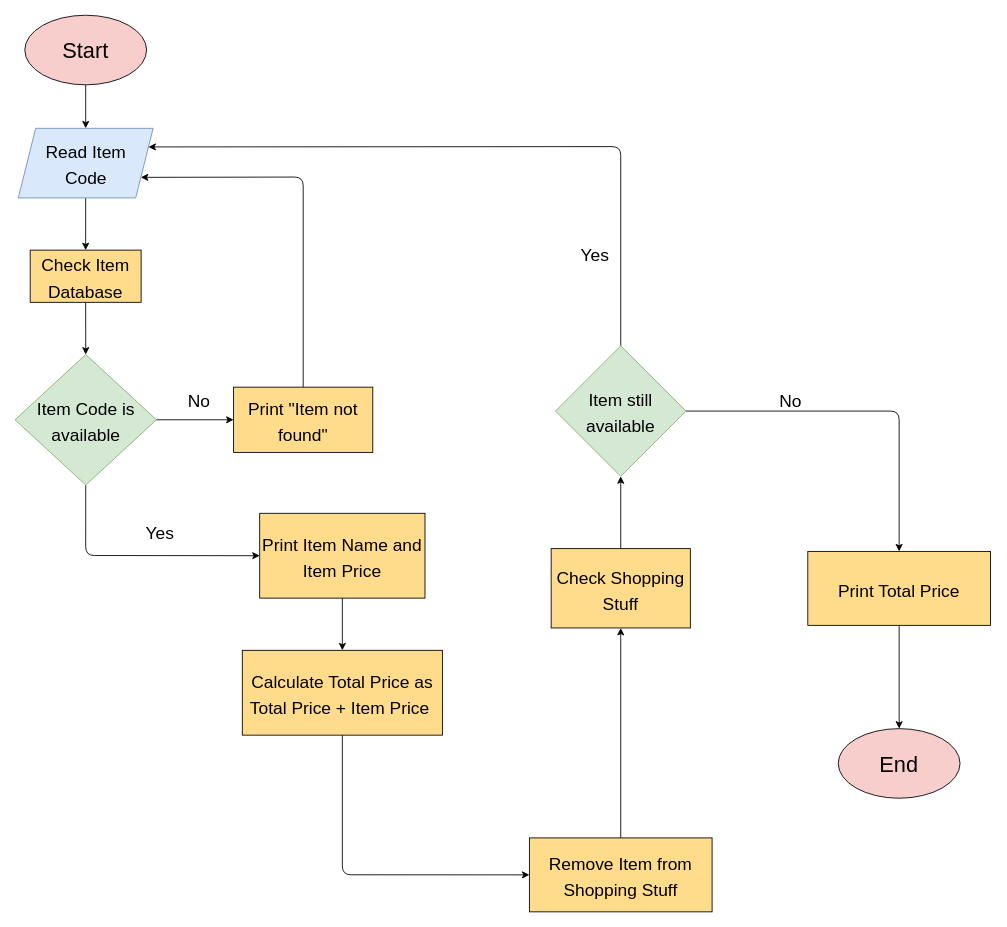
WantToBePro31/frederick_wijayadi_susilo-cashier_system keeps this draw.io diagram as flowchart.drawio. Above is the earlier version. Source tidied: cells renumbered, new cells numbered last; positions are measured from the earlier drawing's top-left corner, leaving out a move shared by most shapes. Both pictures are drawn from the tidied source at 87%, with x=0, y=0 at pixel (15, 15).
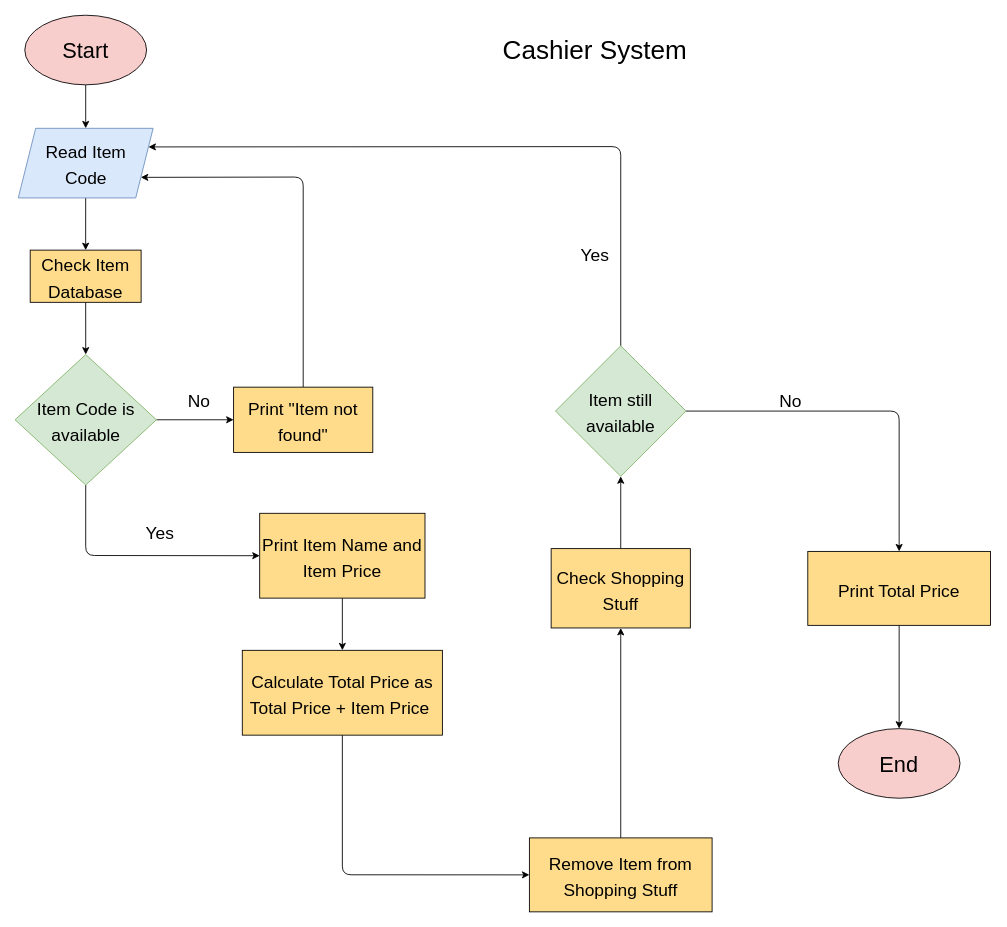
Above is the later version.

Commit message:
feat: add title for flowchart

What changed in the source:
```diff
@@
+    <mxCell id="31" value="&lt;font style=&quot;font-size: 30px&quot;&gt;Cashier System&lt;/font&gt;" style="text;html=1;align=center;verticalAlign=middle;strokeColor=none;fillColor=none;fontColor=#000000;" parent="1" vertex="1">
+      <mxGeometry x="551" y="25" width="230" height="30" as="geometry" />
+    </mxCell>
```
